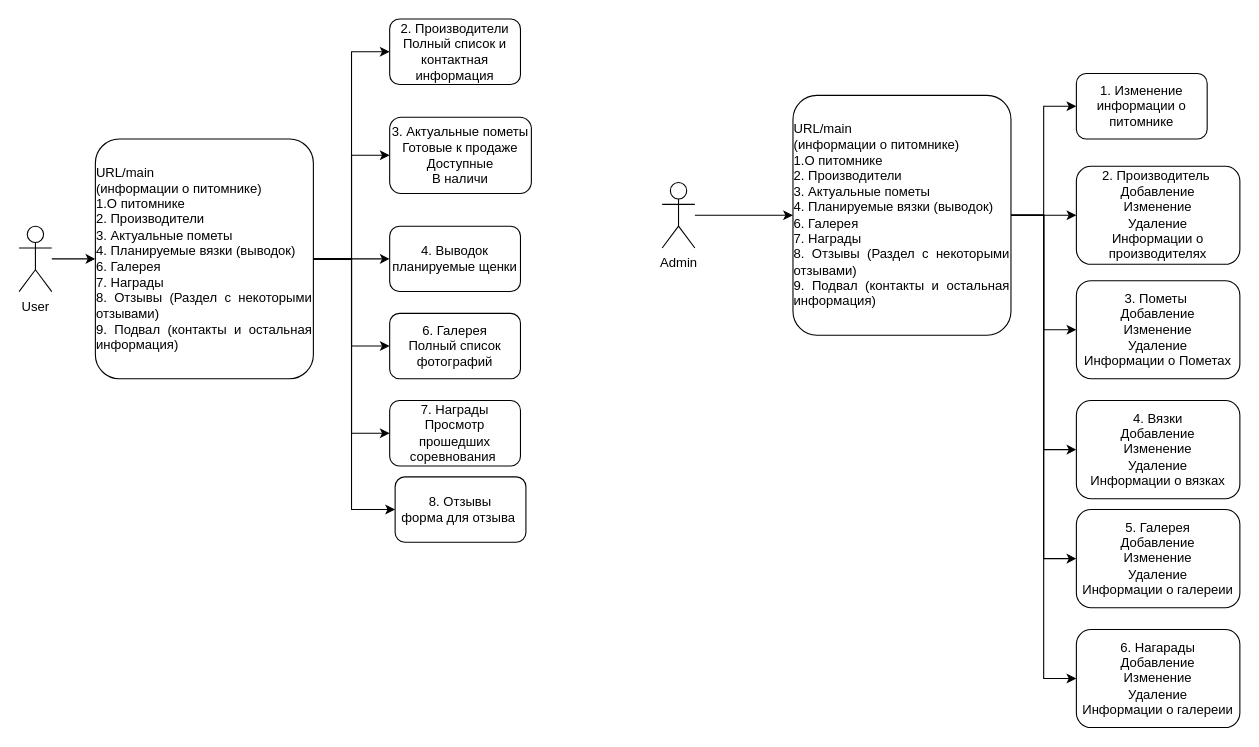
The draw.io diagram wiki/Питомник.drawio in Ratarion/SitePitomnik, before the edit. Source tidied: cells renumbered, new cells numbered last; positions are measured from the earlier drawing's top-left corner, leaving out a move shared by most shapes. Both pictures are drawn from the tidied source at 109%, with x=0, y=0 at pixel (19, 19).
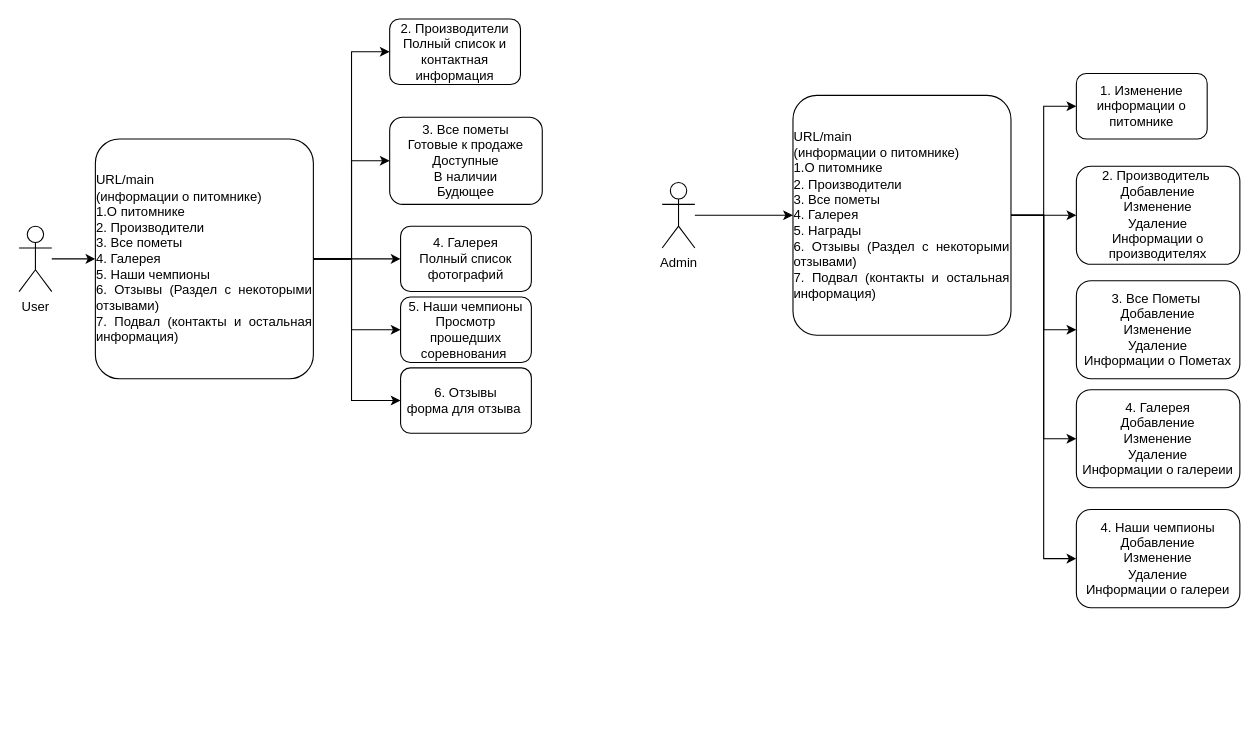
Above is the later version.

The edit, as a diff of the source:
```diff
@@
-    <mxCell id="6" style="edgeStyle=orthogonalEdgeStyle;rounded=0;jettySize=auto;html=1;" parent="1" edge="1" source="12" target="15">
-      <mxGeometry relative="1" as="geometry" />
-    </mxCell>
@@
     <mxCell id="9" style="edgeStyle=orthogonalEdgeStyle;rounded=0;jettySize=auto;html=1;entryX=0;entryY=0.5;entryDx=0;entryDy=0;" parent="1" edge="1" source="12" target="17">
-      <mxGeometry relative="1" as="geometry" />
+      <mxGeometry relative="1" as="geometry">
+        <Array as="points">
+          <mxPoint x="305" y="220" />
+          <mxPoint x="305" y="285" />
+        </Array>
+      </mxGeometry>
     </mxCell>
     <mxCell id="10" style="edgeStyle=orthogonalEdgeStyle;rounded=0;jettySize=auto;html=1;entryX=0;entryY=0.5;entryDx=0;entryDy=0;" parent="1" edge="1" source="12" target="18">
       <mxGeometry relative="1" as="geometry">
         <Array as="points">
           <mxPoint x="305" y="220" />
-          <mxPoint x="305" y="450" />
+          <mxPoint x="305" y="350" />
         </Array>
       </mxGeometry>
     </mxCell>
@@
-    <mxCell id="12" value="&lt;div style=&quot;text-align: justify;&quot;&gt;&lt;span style=&quot;background-color: transparent; color: light-dark(rgb(0, 0, 0), rgb(255, 255, 255));&quot;&gt;URL/main&lt;/span&gt;&lt;/div&gt;&lt;div&gt;&lt;div style=&quot;text-align: justify;&quot;&gt;&lt;span style=&quot;background-color: transparent; color: light-dark(rgb(0, 0, 0), rgb(255, 255, 255));&quot;&gt;(информации о питомнике)&lt;/span&gt;&lt;/div&gt;&lt;div style=&quot;text-align: justify;&quot;&gt;&lt;span style=&quot;background-color: transparent; color: light-dark(rgb(0, 0, 0), rgb(255, 255, 255));&quot;&gt;1.О питомнике&lt;/span&gt;&lt;/div&gt;&lt;div style=&quot;text-align: justify;&quot;&gt;&lt;span style=&quot;background-color: transparent; color: light-dark(rgb(0, 0, 0), rgb(255, 255, 255));&quot;&gt;2. Производители&lt;/span&gt;&lt;/div&gt;&lt;/div&gt;&lt;div style=&quot;text-align: justify;&quot;&gt;3. Актуальные пометы&lt;/div&gt;&lt;div style=&quot;text-align: justify;&quot;&gt;4. Планируемые вязки (выводок)&lt;/div&gt;&lt;div style=&quot;text-align: justify;&quot;&gt;6. Галерея&lt;/div&gt;&lt;div style=&quot;text-align: justify;&quot;&gt;7. Награды&lt;/div&gt;&lt;div style=&quot;text-align: justify;&quot;&gt;8. Отзывы (Раздел с некоторыми отзывами)&lt;/div&gt;&lt;div style=&quot;text-align: justify;&quot;&gt;9. Подвал (контакты и остальная информация)&lt;/div&gt;" style="rounded=1;whiteSpace=wrap;html=1;arcSize=11;" parent="1" vertex="1">
+    <mxCell id="12" value="&lt;div style=&quot;text-align: justify;&quot;&gt;&lt;span style=&quot;background-color: transparent; color: light-dark(rgb(0, 0, 0), rgb(255, 255, 255));&quot;&gt;URL/main&lt;/span&gt;&lt;/div&gt;&lt;div&gt;&lt;div style=&quot;text-align: justify;&quot;&gt;&lt;span style=&quot;background-color: transparent; color: light-dark(rgb(0, 0, 0), rgb(255, 255, 255));&quot;&gt;(информации о питомнике)&lt;/span&gt;&lt;/div&gt;&lt;div style=&quot;text-align: justify;&quot;&gt;&lt;span style=&quot;background-color: transparent; color: light-dark(rgb(0, 0, 0), rgb(255, 255, 255));&quot;&gt;1.О питомнике&lt;/span&gt;&lt;/div&gt;&lt;div style=&quot;text-align: justify;&quot;&gt;&lt;span style=&quot;background-color: transparent; color: light-dark(rgb(0, 0, 0), rgb(255, 255, 255));&quot;&gt;2. Производители&lt;/span&gt;&lt;/div&gt;&lt;/div&gt;&lt;div style=&quot;text-align: justify;&quot;&gt;3. Все пометы&lt;/div&gt;&lt;div style=&quot;text-align: justify;&quot;&gt;4. Галерея&lt;/div&gt;&lt;div style=&quot;text-align: justify;&quot;&gt;5. Наши чемпионы&lt;/div&gt;&lt;div style=&quot;text-align: justify;&quot;&gt;6. Отзывы (Раздел с некоторыми отзывами)&lt;/div&gt;&lt;div style=&quot;text-align: justify;&quot;&gt;7. Подвал (контакты и остальная информация)&lt;/div&gt;" style="rounded=1;whiteSpace=wrap;html=1;arcSize=11;" parent="1" vertex="1">
       <mxGeometry x="70" y="110" width="200" height="220" as="geometry" />
     </mxCell>
-    <mxCell id="13" value="3. Актуальные пометы&lt;br&gt;Готовые к продаже&lt;div&gt;Доступные&lt;br&gt;В наличи&lt;/div&gt;" style="rounded=1;whiteSpace=wrap;html=1;" parent="1" vertex="1">
-      <mxGeometry x="340" y="90" width="130" height="70" as="geometry" />
+    <mxCell id="13" value="3. Все пометы&lt;br&gt;Готовые к продаже&lt;div&gt;Доступные&lt;br&gt;В наличии&lt;br&gt;Будющее&lt;/div&gt;" style="rounded=1;whiteSpace=wrap;html=1;" parent="1" vertex="1">
+      <mxGeometry x="340" y="90" width="140" height="80" as="geometry" />
     </mxCell>
@@
-    <mxCell id="15" value="4. Выводок&lt;div&gt;планируемые щенки&lt;/div&gt;" style="rounded=1;whiteSpace=wrap;html=1;" parent="1" vertex="1">
-      <mxGeometry x="340" y="190" width="120" height="60" as="geometry" />
-    </mxCell>
-    <mxCell id="16" value="6. Галерея&lt;div&gt;Полный список фотографий&lt;/div&gt;" style="rounded=1;whiteSpace=wrap;html=1;" parent="1" vertex="1">
-      <mxGeometry x="340" y="270" width="120" height="60" as="geometry" />
+    <mxCell id="16" value="4. Галерея&lt;div&gt;Полный список фотографий&lt;/div&gt;" style="rounded=1;whiteSpace=wrap;html=1;" parent="1" vertex="1">
+      <mxGeometry x="350" y="190" width="120" height="60" as="geometry" />
     </mxCell>
-    <mxCell id="17" value="&lt;div&gt;7. Награды&lt;/div&gt;&lt;div&gt;Просмотр прошедших соревнования&amp;nbsp;&lt;/div&gt;" style="rounded=1;whiteSpace=wrap;html=1;" parent="1" vertex="1">
-      <mxGeometry x="340" y="350" width="120" height="60" as="geometry" />
+    <mxCell id="17" value="&lt;div&gt;5. Наши чемпионы&lt;/div&gt;&lt;div&gt;Просмотр прошедших соревнования&amp;nbsp;&lt;/div&gt;" style="rounded=1;whiteSpace=wrap;html=1;" parent="1" vertex="1">
+      <mxGeometry x="350" y="255" width="120" height="60" as="geometry" />
     </mxCell>
-    <mxCell id="18" value="&lt;div&gt;8. Отзывы&lt;br&gt;&lt;span style=&quot;background-color: transparent; color: light-dark(rgb(0, 0, 0), rgb(255, 255, 255));&quot;&gt;форма для отзыва&amp;nbsp;&lt;/span&gt;&lt;/div&gt;" style="rounded=1;whiteSpace=wrap;html=1;" parent="1" vertex="1">
-      <mxGeometry x="345" y="420" width="120" height="60" as="geometry" />
+    <mxCell id="18" value="&lt;div&gt;6. Отзывы&lt;br&gt;&lt;span style=&quot;background-color: transparent; color: light-dark(rgb(0, 0, 0), rgb(255, 255, 255));&quot;&gt;форма для отзыва&amp;nbsp;&lt;/span&gt;&lt;/div&gt;" style="rounded=1;whiteSpace=wrap;html=1;" parent="1" vertex="1">
+      <mxGeometry x="350" y="320" width="120" height="60" as="geometry" />
     </mxCell>
@@
-    <mxCell id="24" style="edgeStyle=orthogonalEdgeStyle;rounded=0;jettySize=auto;html=1;entryX=0;entryY=0.5;entryDx=0;entryDy=0;" parent="1" edge="1" source="27" target="29">
-      <mxGeometry relative="1" as="geometry" />
-    </mxCell>
@@
-    <mxCell id="27" value="&lt;div style=&quot;text-align: justify;&quot;&gt;&lt;span style=&quot;background-color: transparent; color: light-dark(rgb(0, 0, 0), rgb(255, 255, 255));&quot;&gt;URL/main&lt;/span&gt;&lt;/div&gt;&lt;div&gt;&lt;div style=&quot;text-align: justify;&quot;&gt;&lt;span style=&quot;background-color: transparent; color: light-dark(rgb(0, 0, 0), rgb(255, 255, 255));&quot;&gt;(информации о питомнике)&lt;/span&gt;&lt;/div&gt;&lt;div style=&quot;text-align: justify;&quot;&gt;&lt;span style=&quot;background-color: transparent; color: light-dark(rgb(0, 0, 0), rgb(255, 255, 255));&quot;&gt;1.О питомнике&lt;/span&gt;&lt;/div&gt;&lt;div style=&quot;text-align: justify;&quot;&gt;&lt;span style=&quot;background-color: transparent; color: light-dark(rgb(0, 0, 0), rgb(255, 255, 255));&quot;&gt;2. Производители&lt;/span&gt;&lt;/div&gt;&lt;/div&gt;&lt;div style=&quot;text-align: justify;&quot;&gt;3. Актуальные пометы&lt;/div&gt;&lt;div style=&quot;text-align: justify;&quot;&gt;4. Планируемые вязки (выводок)&lt;/div&gt;&lt;div style=&quot;text-align: justify;&quot;&gt;6. Галерея&lt;/div&gt;&lt;div style=&quot;text-align: justify;&quot;&gt;7. Награды&lt;/div&gt;&lt;div style=&quot;text-align: justify;&quot;&gt;8. Отзывы (Раздел с некоторыми отзывами)&lt;/div&gt;&lt;div style=&quot;text-align: justify;&quot;&gt;9. Подвал (контакты и остальная информация)&lt;/div&gt;" style="rounded=1;whiteSpace=wrap;html=1;arcSize=11;" parent="1" vertex="1">
+    <mxCell id="27" value="&lt;div style=&quot;text-align: justify;&quot;&gt;&lt;span style=&quot;background-color: transparent; color: light-dark(rgb(0, 0, 0), rgb(255, 255, 255));&quot;&gt;URL/main&lt;/span&gt;&lt;/div&gt;&lt;div&gt;&lt;div style=&quot;text-align: justify;&quot;&gt;&lt;span style=&quot;background-color: transparent; color: light-dark(rgb(0, 0, 0), rgb(255, 255, 255));&quot;&gt;(информации о питомнике)&lt;/span&gt;&lt;/div&gt;&lt;div style=&quot;text-align: justify;&quot;&gt;&lt;span style=&quot;background-color: transparent; color: light-dark(rgb(0, 0, 0), rgb(255, 255, 255));&quot;&gt;1.О питомнике&lt;/span&gt;&lt;/div&gt;&lt;div style=&quot;text-align: justify;&quot;&gt;&lt;span style=&quot;background-color: transparent; color: light-dark(rgb(0, 0, 0), rgb(255, 255, 255));&quot;&gt;2. Производители&lt;/span&gt;&lt;/div&gt;&lt;/div&gt;&lt;div style=&quot;text-align: justify;&quot;&gt;3. Все пометы&lt;/div&gt;&lt;div style=&quot;text-align: justify;&quot;&gt;4. Галерея&lt;/div&gt;&lt;div style=&quot;text-align: justify;&quot;&gt;5. Награды&lt;/div&gt;&lt;div style=&quot;text-align: justify;&quot;&gt;6. Отзывы (Раздел с некоторыми отзывами)&lt;/div&gt;&lt;div style=&quot;text-align: justify;&quot;&gt;7. Подвал (контакты и остальная информация)&lt;/div&gt;" style="rounded=1;whiteSpace=wrap;html=1;arcSize=11;" parent="1" vertex="1">
       <mxGeometry x="710" y="70" width="200" height="220" as="geometry" />
     </mxCell>
-    <mxCell id="28" value="3. Пометы&amp;nbsp;&lt;br&gt;Добавление&lt;br&gt;Изменение&lt;br&gt;Удаление&lt;br&gt;Информации о Пометах" style="rounded=1;whiteSpace=wrap;html=1;" parent="1" vertex="1">
+    <mxCell id="28" value="3. Все Пометы&amp;nbsp;&lt;br&gt;Добавление&lt;br&gt;Изменение&lt;br&gt;Удаление&lt;br&gt;Информации о Пометах" style="rounded=1;whiteSpace=wrap;html=1;" parent="1" vertex="1">
       <mxGeometry x="970" y="240" width="150" height="90" as="geometry" />
     </mxCell>
-    <mxCell id="29" value="4. Вязки&lt;br&gt;Добавление&lt;br&gt;Изменение&lt;br&gt;Удаление&lt;br&gt;Информации о вязках" style="rounded=1;whiteSpace=wrap;html=1;" parent="1" vertex="1">
-      <mxGeometry x="970" y="350" width="150" height="90" as="geometry" />
-    </mxCell>
-    <mxCell id="30" value="5. Галерея&lt;br&gt;Добавление&lt;br&gt;Изменение&lt;br&gt;Удаление&lt;br&gt;Информации о галереии" style="rounded=1;whiteSpace=wrap;html=1;" parent="1" vertex="1">
-      <mxGeometry x="970" y="450" width="150" height="90" as="geometry" />
+    <mxCell id="30" value="4. Галерея&lt;br&gt;Добавление&lt;br&gt;Изменение&lt;br&gt;Удаление&lt;br&gt;Информации о галереии" style="rounded=1;whiteSpace=wrap;html=1;" parent="1" vertex="1">
+      <mxGeometry x="970" y="340" width="150" height="90" as="geometry" />
     </mxCell>
-    <mxCell id="31" value="6. Нагарады&lt;br&gt;Добавление&lt;br&gt;Изменение&lt;br&gt;Удаление&lt;br&gt;Информации о галереии" style="rounded=1;whiteSpace=wrap;html=1;" parent="1" vertex="1">
-      <mxGeometry x="970" y="560" width="150" height="90" as="geometry" />
+    <mxCell id="31" value="4. Наши чемпионы&lt;br&gt;Добавление&lt;br&gt;Изменение&lt;br&gt;Удаление&lt;br&gt;Информации о галереи" style="rounded=1;whiteSpace=wrap;html=1;" parent="1" vertex="1">
+      <mxGeometry x="970" y="450" width="150" height="90" as="geometry" />
     </mxCell>
```
